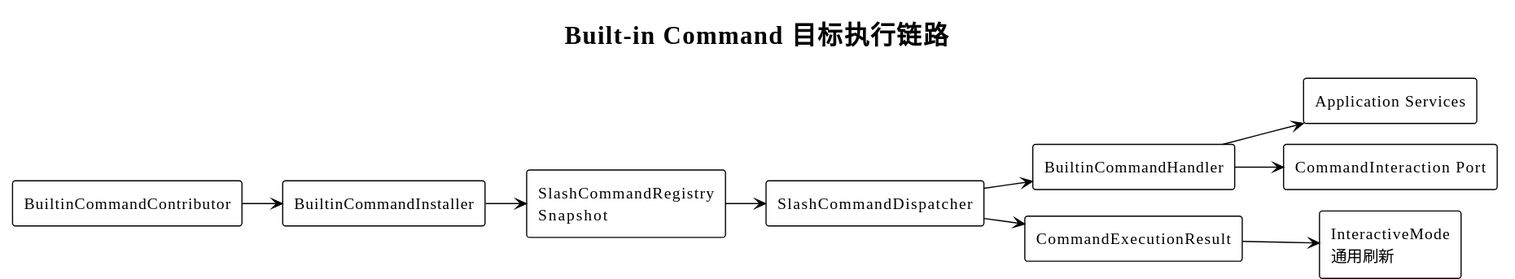
The PlantUML diagram diagrams/builtin-command/01-target-command-pipeline.svg in superheromeZzh/pi-mono-java-design, before a commit.
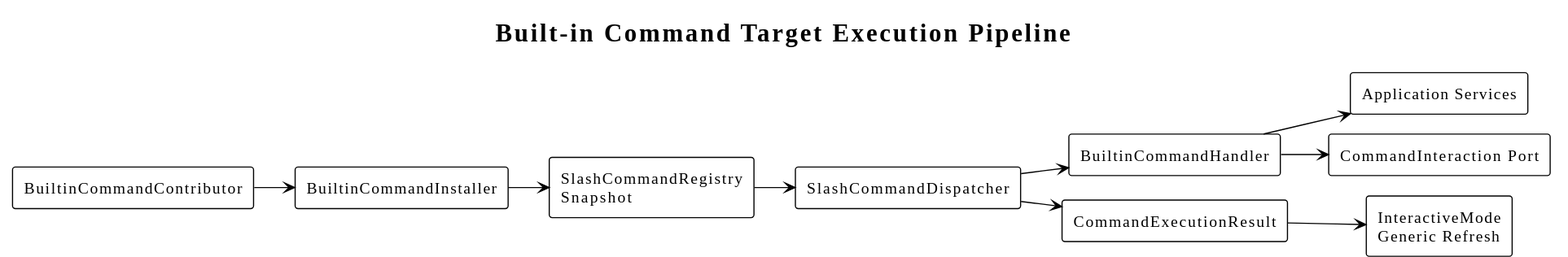
Above is the later version.

Diff of the diagram source:
```diff
@@ -1,10 +1,10 @@
 @startuml
 !theme plain
 !pragma layout smetana
-skinparam defaultFontName "PingFang SC"
+skinparam defaultFontName "SansSerif"
 skinparam shadowing false
 skinparam backgroundColor transparent
-title Built-in Command 目标执行链路
+title Built-in Command Target Execution Pipeline
 
 left to right direction
 rectangle "BuiltinCommandContributor" as A
@@ -15,7 +15,7 @@
 rectangle "Application Services" as F
 rectangle "CommandInteraction Port" as G
 rectangle "CommandExecutionResult" as H
-rectangle "InteractiveMode\n通用刷新" as I
+rectangle "InteractiveMode\nGeneric Refresh" as I
 
 A --> B
 B --> C
```
